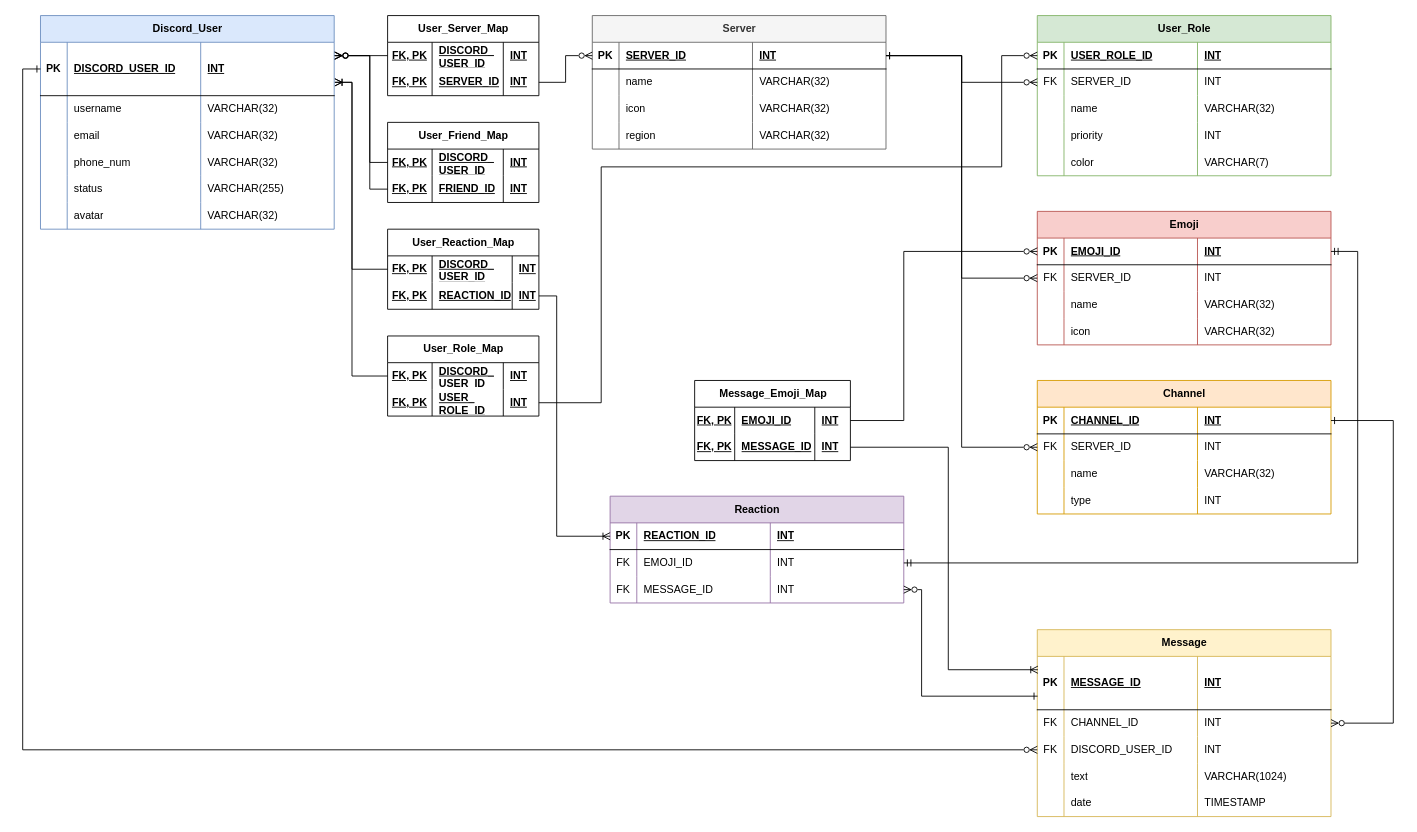
This is diagrams/Discord Relational Schema.drawio from Mruzik1/Database-Application, a draw.io file, before an edit. Source tidied: cells renumbered, new cells numbered last; positions are measured from the earlier drawing's top-left corner, leaving out a move shared by most shapes. Both pictures are drawn from the tidied source at 89%, with x=0, y=0 at pixel (22, 15).
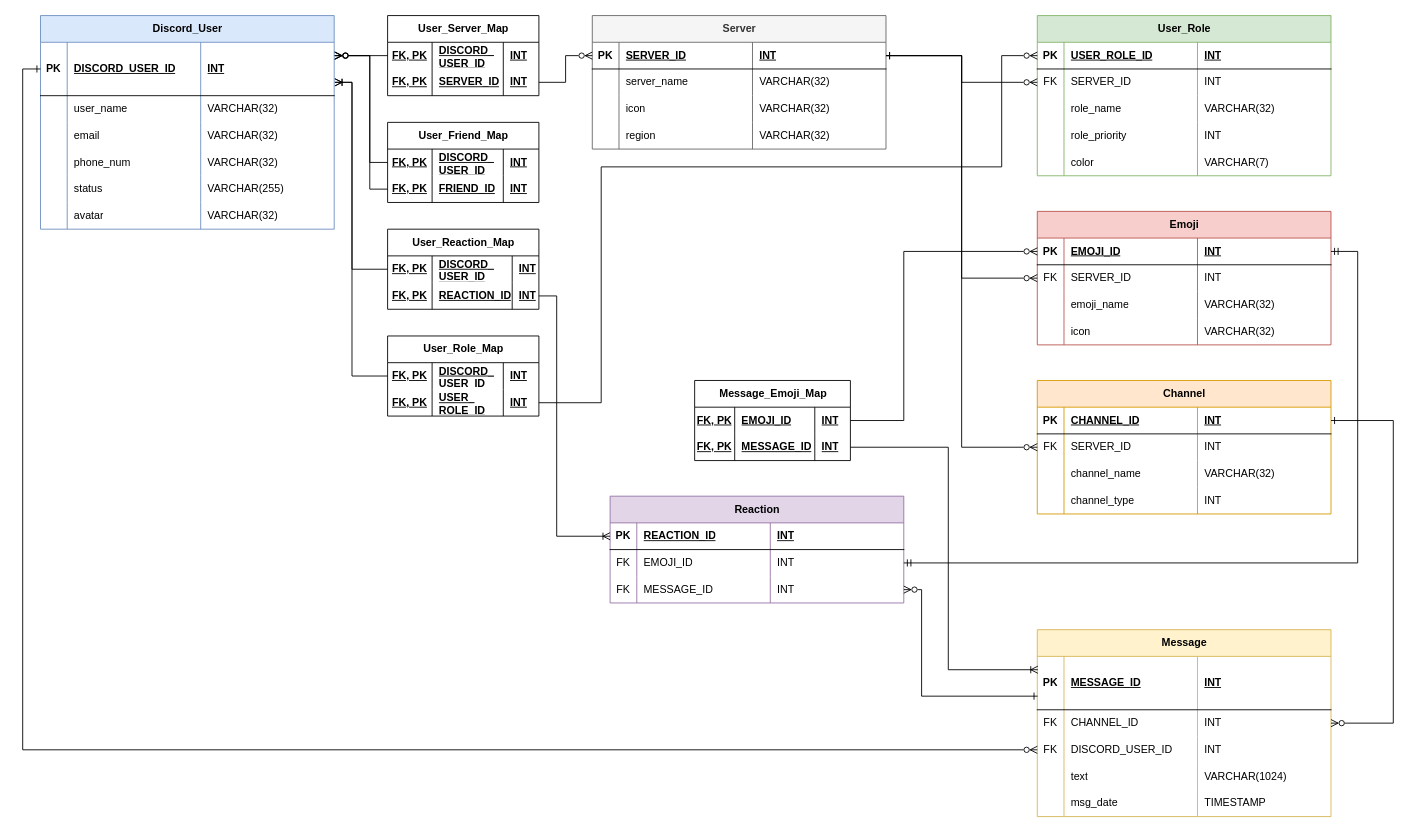
The same page after the edit.

The change refers to these unchanged cells:
```xml
<mxCell id="7" style="shape=tableRow;horizontal=0;startSize=0;swimlaneHead=0;swimlaneBody=0;fillColor=none;top=0;left=0;right=0;bottom=0;" parent="2" vertex="1">
  <mxGeometry y="60" width="330" height="30" as="geometry" />
</mxCell>
<mxCell id="24" style="shape=tableRow;horizontal=0;startSize=0;swimlaneHead=0;swimlaneBody=0;fillColor=none;top=0;left=0;right=0;bottom=0;" parent="19" vertex="1">
  <mxGeometry y="90" width="330" height="30" as="geometry" />
</mxCell>
<mxCell id="53" style="shape=tableRow;horizontal=0;startSize=0;swimlaneHead=0;swimlaneBody=0;fillColor=none;top=0;left=0;right=0;bottom=0;" parent="44" vertex="1">
  <mxGeometry y="90" width="330" height="30" as="geometry" />
</mxCell>
<mxCell id="57" style="shape=tableRow;horizontal=0;startSize=0;swimlaneHead=0;swimlaneBody=0;fillColor=none;top=0;left=0;right=0;bottom=0;" parent="44" vertex="1">
  <mxGeometry y="120" width="330" height="30" as="geometry" />
</mxCell>
<mxCell id="78" style="shape=tableRow;horizontal=0;startSize=0;swimlaneHead=0;swimlaneBody=0;fillColor=none;top=0;left=0;right=0;bottom=0;" parent="61" vertex="1">
  <mxGeometry y="180" width="330" height="30" as="geometry" />
</mxCell>
<mxCell id="91" style="shape=tableRow;horizontal=0;startSize=0;swimlaneHead=0;swimlaneBody=0;fillColor=none;top=0;left=0;right=0;bottom=0;" parent="82" vertex="1">
  <mxGeometry y="90" width="330" height="30" as="geometry" />
</mxCell>
<mxCell id="121" style="shape=tableRow;horizontal=0;startSize=0;swimlaneHead=0;swimlaneBody=0;fillColor=none;top=0;left=0;right=0;bottom=0;" parent="112" vertex="1">
  <mxGeometry y="90" width="330" height="30" as="geometry" />
</mxCell>
<mxCell id="125" style="shape=tableRow;horizontal=0;startSize=0;swimlaneHead=0;swimlaneBody=0;fillColor=none;top=0;left=0;right=0;bottom=0;" parent="112" vertex="1">
  <mxGeometry y="120" width="330" height="30" as="geometry" />
</mxCell>
```

What changed in the source:
```diff
@@
-    <mxCell id="9" value="name" style="shape=partialRectangle;fillColor=none;top=0;left=0;bottom=0;right=0;align=left;spacingLeft=6;overflow=hidden;whiteSpace=wrap;html=1;" parent="7" vertex="1">
+    <mxCell id="9" value="server_name" style="shape=partialRectangle;fillColor=none;top=0;left=0;bottom=0;right=0;align=left;spacingLeft=6;overflow=hidden;whiteSpace=wrap;html=1;" parent="7" vertex="1">
       <mxGeometry x="30" width="150" height="30" as="geometry" />
     </mxCell>
@@
-    <mxCell id="26" value="username" style="shape=partialRectangle;fillColor=none;top=0;left=0;bottom=0;right=0;align=left;spacingLeft=6;overflow=hidden;whiteSpace=wrap;html=1;" parent="24" vertex="1">
+    <mxCell id="26" value="user_name" style="shape=partialRectangle;fillColor=none;top=0;left=0;bottom=0;right=0;align=left;spacingLeft=6;overflow=hidden;whiteSpace=wrap;html=1;" parent="24" vertex="1">
       <mxGeometry x="30" width="150" height="30" as="geometry" />
     </mxCell>
@@
-    <mxCell id="55" value="name" style="shape=partialRectangle;fillColor=none;top=0;left=0;bottom=0;right=0;align=left;spacingLeft=6;overflow=hidden;whiteSpace=wrap;html=1;" parent="53" vertex="1">
+    <mxCell id="55" value="channel_name" style="shape=partialRectangle;fillColor=none;top=0;left=0;bottom=0;right=0;align=left;spacingLeft=6;overflow=hidden;whiteSpace=wrap;html=1;" parent="53" vertex="1">
       <mxGeometry x="30" width="150" height="30" as="geometry" />
     </mxCell>
@@
-    <mxCell id="59" value="type" style="shape=partialRectangle;fillColor=none;top=0;left=0;bottom=0;right=0;align=left;spacingLeft=6;overflow=hidden;whiteSpace=wrap;html=1;" parent="57" vertex="1">
+    <mxCell id="59" value="channel_type" style="shape=partialRectangle;fillColor=none;top=0;left=0;bottom=0;right=0;align=left;spacingLeft=6;overflow=hidden;whiteSpace=wrap;html=1;" parent="57" vertex="1">
       <mxGeometry x="30" width="150" height="30" as="geometry" />
     </mxCell>
@@
-    <mxCell id="80" value="date" style="shape=partialRectangle;fillColor=none;top=0;left=0;bottom=0;right=0;align=left;spacingLeft=6;overflow=hidden;whiteSpace=wrap;html=1;" parent="78" vertex="1">
+    <mxCell id="80" value="msg_date" style="shape=partialRectangle;fillColor=none;top=0;left=0;bottom=0;right=0;align=left;spacingLeft=6;overflow=hidden;whiteSpace=wrap;html=1;" parent="78" vertex="1">
       <mxGeometry x="30" width="150" height="30" as="geometry" />
     </mxCell>
@@
-    <mxCell id="93" value="name" style="shape=partialRectangle;fillColor=none;top=0;left=0;bottom=0;right=0;align=left;spacingLeft=6;overflow=hidden;whiteSpace=wrap;html=1;" parent="91" vertex="1">
+    <mxCell id="93" value="emoji_name" style="shape=partialRectangle;fillColor=none;top=0;left=0;bottom=0;right=0;align=left;spacingLeft=6;overflow=hidden;whiteSpace=wrap;html=1;" parent="91" vertex="1">
       <mxGeometry x="30" width="150" height="30" as="geometry" />
     </mxCell>
@@
-    <mxCell id="123" value="name" style="shape=partialRectangle;fillColor=none;top=0;left=0;bottom=0;right=0;align=left;spacingLeft=6;overflow=hidden;whiteSpace=wrap;html=1;" parent="121" vertex="1">
+    <mxCell id="123" value="role_name" style="shape=partialRectangle;fillColor=none;top=0;left=0;bottom=0;right=0;align=left;spacingLeft=6;overflow=hidden;whiteSpace=wrap;html=1;" parent="121" vertex="1">
       <mxGeometry x="30" width="150" height="30" as="geometry" />
     </mxCell>
@@
-    <mxCell id="127" value="priority" style="shape=partialRectangle;fillColor=none;top=0;left=0;bottom=0;right=0;align=left;spacingLeft=6;overflow=hidden;whiteSpace=wrap;html=1;" parent="125" vertex="1">
+    <mxCell id="127" value="role_priority" style="shape=partialRectangle;fillColor=none;top=0;left=0;bottom=0;right=0;align=left;spacingLeft=6;overflow=hidden;whiteSpace=wrap;html=1;" parent="125" vertex="1">
       <mxGeometry x="30" width="150" height="30" as="geometry" />
     </mxCell>
```
